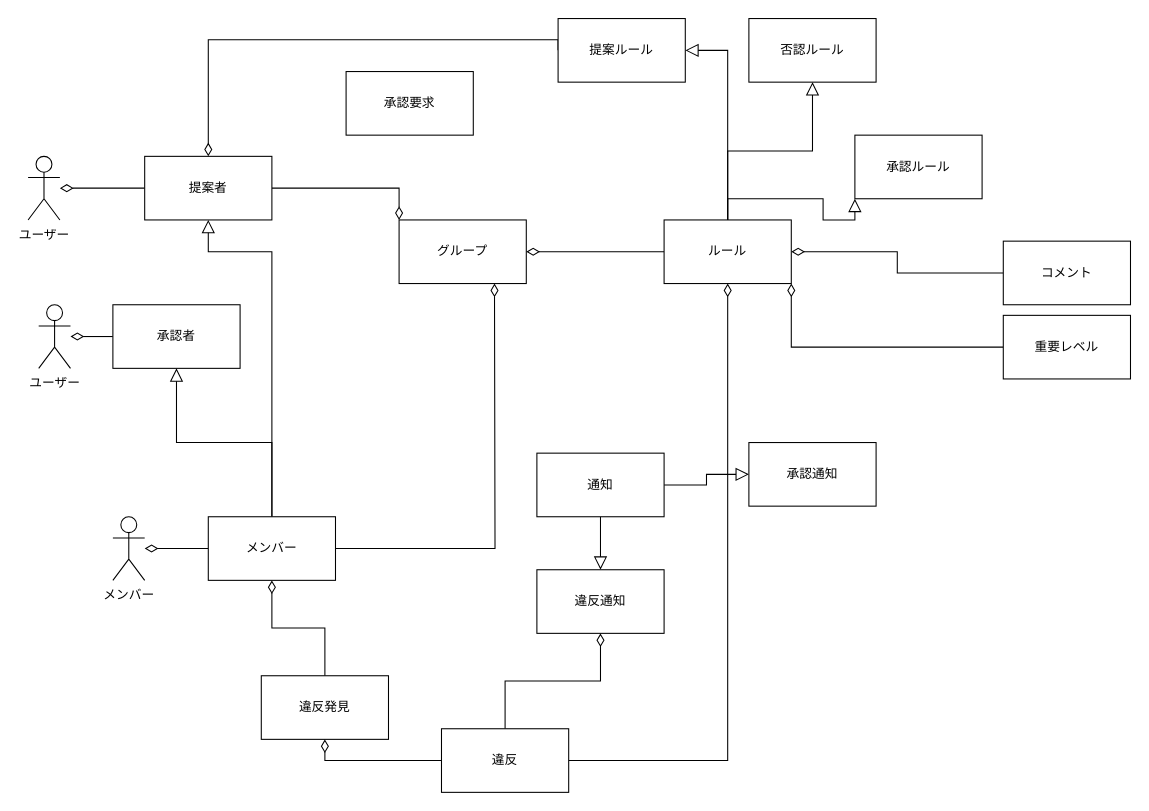
Earlier version of the draw.io diagram docs/diagrams/domain-model.drawio (Kota-Yamaguchi/home-rule-management). Source tidied: cells renumbered, new cells numbered last; positions are measured from the earlier drawing's top-left corner, leaving out a move shared by most shapes. Both pictures are drawn from the tidied source at 106%, with x=0, y=0 at pixel (28, 18).
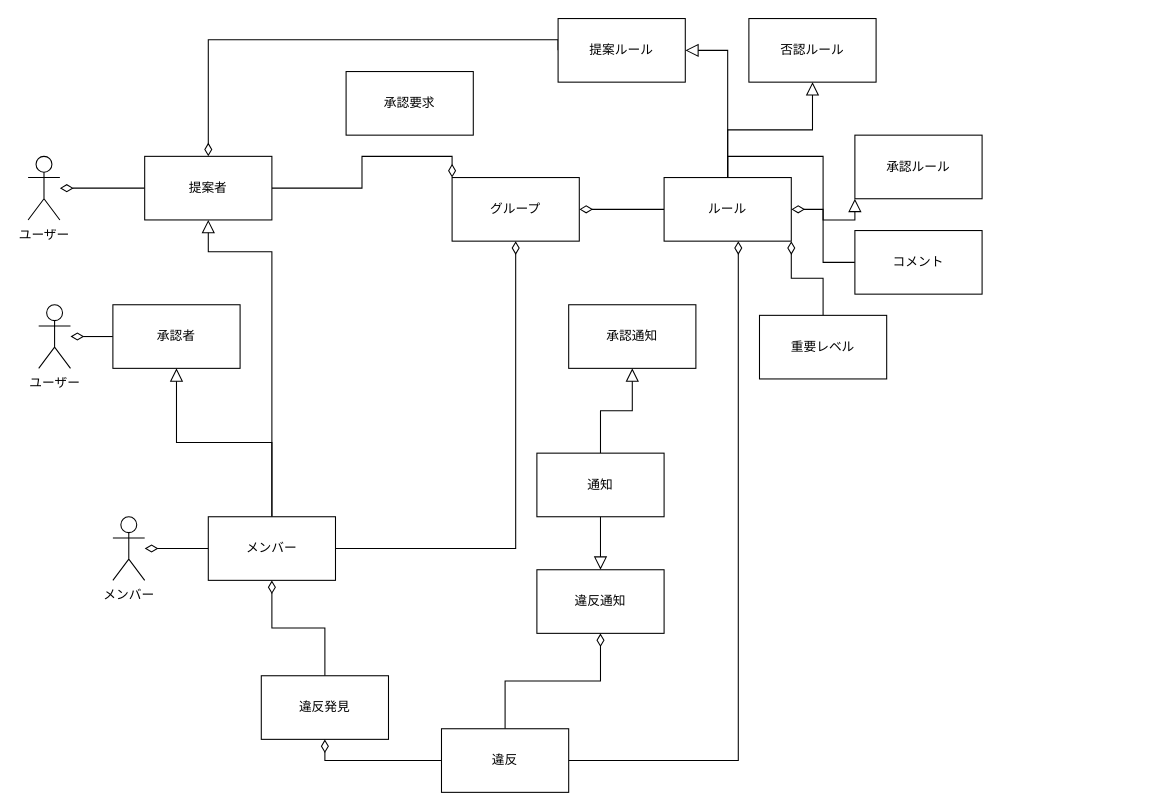
The same diagram, later.

Commit message:
domain-model.drawio を更新します

The change refers to these unchanged cells:
```xml
<mxCell id="34" value="メンバー" style="rounded=0;whiteSpace=wrap;html=1;" parent="1" vertex="1">
  <mxGeometry x="170" y="470" width="120" height="60" as="geometry" />
</mxCell>
<mxCell id="38" value="違反" style="rounded=0;whiteSpace=wrap;html=1;" parent="1" vertex="1">
  <mxGeometry x="390" y="670" width="120" height="60" as="geometry" />
</mxCell>
```

What changed in the source:
```diff
@@
     <mxCell id="2" value="グループ" style="rounded=0;whiteSpace=wrap;html=1;" parent="1" vertex="1">
-      <mxGeometry x="350" y="190" width="120" height="60" as="geometry" />
+      <mxGeometry x="400" y="150" width="120" height="60" as="geometry" />
     </mxCell>
@@
     <mxCell id="13" value="ルール" style="rounded=0;whiteSpace=wrap;html=1;" parent="1" vertex="1">
-      <mxGeometry x="600" y="190" width="120" height="60" as="geometry" />
+      <mxGeometry x="600" y="150" width="120" height="60" as="geometry" />
     </mxCell>
@@
     <mxCell id="17" value="コメント" style="rounded=0;whiteSpace=wrap;html=1;" parent="1" vertex="1">
-      <mxGeometry x="920" y="210" width="120" height="60" as="geometry" />
+      <mxGeometry x="780" y="200" width="120" height="60" as="geometry" />
     </mxCell>
@@
-    <mxCell id="20" style="edgeStyle=orthogonalEdgeStyle;rounded=0;jettySize=auto;html=1;endArrow=diamondThin;endFill=0;endSize=10;" parent="1" edge="1" source="34">
-      <mxGeometry relative="1" as="geometry">
-        <mxPoint x="440" y="250" as="targetPoint" />
-      </mxGeometry>
+    <mxCell id="20" style="edgeStyle=orthogonalEdgeStyle;rounded=0;jettySize=auto;html=1;endArrow=diamondThin;endFill=0;endSize=10;entryX=0.5;entryY=1;entryDx=0;entryDy=0;" parent="1" edge="1" source="34" target="2">
+      <mxGeometry relative="1" as="geometry" />
     </mxCell>
@@
     <mxCell id="23" value="重要レベル" style="rounded=0;whiteSpace=wrap;html=1;" parent="1" vertex="1">
-      <mxGeometry x="920" y="280" width="120" height="60" as="geometry" />
+      <mxGeometry x="690" y="280" width="120" height="60" as="geometry" />
     </mxCell>
@@
     <mxCell id="28" value="承認通知" style="rounded=0;whiteSpace=wrap;html=1;" parent="1" vertex="1">
-      <mxGeometry x="680" y="400" width="120" height="60" as="geometry" />
+      <mxGeometry x="510" y="270" width="120" height="60" as="geometry" />
     </mxCell>
@@
     <mxCell id="36" style="edgeStyle=orthogonalEdgeStyle;rounded=0;jettySize=auto;html=1;endArrow=diamondThin;endFill=0;endSize=10;" parent="1" edge="1" source="38" target="13">
-      <mxGeometry relative="1" as="geometry" />
+      <mxGeometry relative="1" as="geometry">
+        <Array as="points">
+          <mxPoint x="670" y="700" />
+        </Array>
+      </mxGeometry>
     </mxCell>
```
